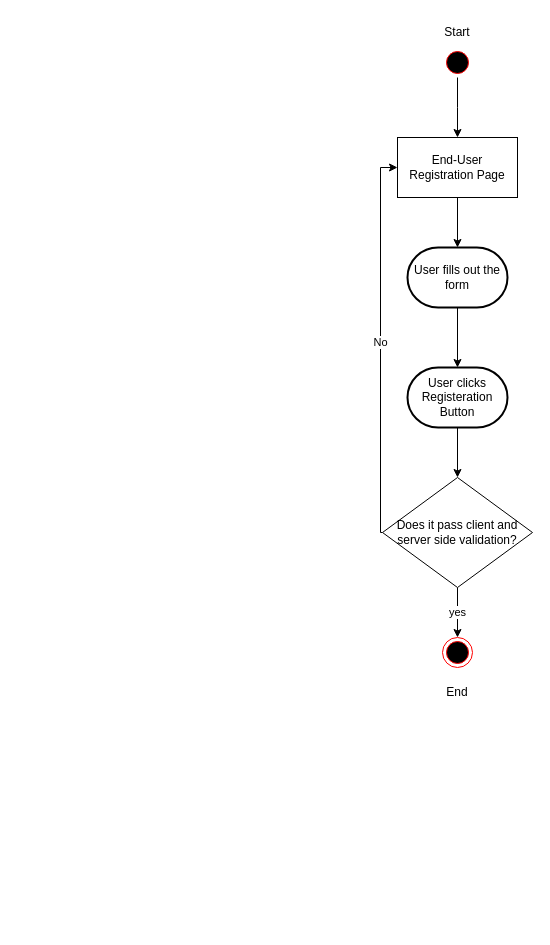
This is Activity_Diagrams/End-User/Registration.drawio from Awrmani/AutoQuotes, a draw.io file, before an edit. Source tidied: cells renumbered, new cells numbered last; positions are measured from the earlier drawing's top-left corner, leaving out a move shared by most shapes. Both pictures are drawn from the tidied source at 100%, with x=0, y=0 at pixel (380, 17).
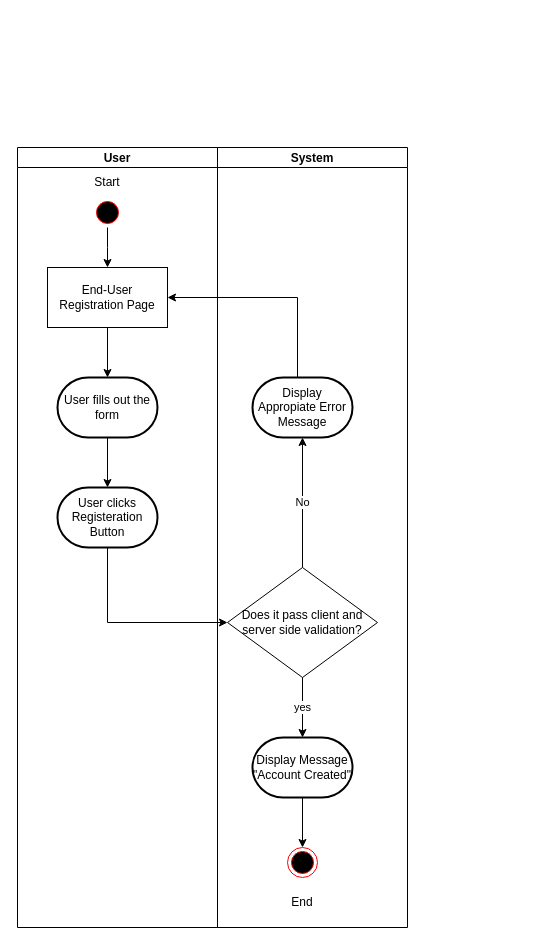
After the change.

What changed in the source:
```diff
@@
-    <mxCell id="2" value="End" style="text;html=1;strokeColor=none;fillColor=none;align=center;verticalAlign=middle;whiteSpace=wrap;rounded=0;" parent="1" vertex="1">
-      <mxGeometry x="47" y="660" width="60" height="30" as="geometry" />
-    </mxCell>
-    <mxCell id="3" style="edgeStyle=orthogonalEdgeStyle;rounded=0;jettySize=auto;html=1;exitX=0.5;exitY=1;exitDx=0;exitDy=0;exitPerimeter=0;entryX=0.5;entryY=0;entryDx=0;entryDy=0;entryPerimeter=0;" parent="1" edge="1" source="4" target="6">
-      <mxGeometry relative="1" as="geometry" />
-    </mxCell>
+    <mxCell id="16" value="User" style="swimlane;startSize=20;" parent="1" vertex="1">
+      <mxGeometry x="-363" y="130" width="200" height="780" as="geometry" />
+    </mxCell>
-    <mxCell id="4" value="User fills out the form" style="strokeWidth=2;html=1;shape=mxgraph.flowchart.terminator;whiteSpace=wrap;" parent="1" vertex="1">
-      <mxGeometry x="27" y="230" width="100" height="60" as="geometry" />
+    <mxCell id="4" value="User fills out the form" style="strokeWidth=2;html=1;shape=mxgraph.flowchart.terminator;whiteSpace=wrap;" parent="16" vertex="1">
+      <mxGeometry x="40" y="230" width="100" height="60" as="geometry" />
     </mxCell>
-    <mxCell id="5" style="edgeStyle=orthogonalEdgeStyle;rounded=0;jettySize=auto;html=1;entryX=0.5;entryY=0;entryDx=0;entryDy=0;" parent="1" edge="1" source="6" target="9">
-      <mxGeometry relative="1" as="geometry" />
-    </mxCell>
-    <mxCell id="6" value="User clicks Registeration Button" style="strokeWidth=2;html=1;shape=mxgraph.flowchart.terminator;whiteSpace=wrap;" parent="1" vertex="1">
-      <mxGeometry x="27" y="350" width="100" height="60" as="geometry" />
-    </mxCell>
-    <mxCell id="7" value="No" style="edgeStyle=orthogonalEdgeStyle;rounded=0;jettySize=auto;html=1;entryX=0;entryY=0.5;entryDx=0;entryDy=0;exitX=0;exitY=0.5;exitDx=0;exitDy=0;" parent="1" edge="1" source="9" target="15">
-      <mxGeometry relative="1" as="geometry">
-        <Array as="points">
-          <mxPoint y="515" />
-          <mxPoint y="150" />
-        </Array>
-      </mxGeometry>
-    </mxCell>
-    <mxCell id="8" value="yes" style="edgeStyle=orthogonalEdgeStyle;rounded=0;jettySize=auto;html=1;entryX=0.5;entryY=0;entryDx=0;entryDy=0;" parent="1" edge="1" source="9" target="12">
-      <mxGeometry relative="1" as="geometry" />
-    </mxCell>
-    <mxCell id="9" value="Does it pass client and server side validation?" style="rhombus;whiteSpace=wrap;html=1;" parent="1" vertex="1">
-      <mxGeometry x="2" y="460" width="150" height="110" as="geometry" />
-    </mxCell>
-    <mxCell id="10" style="edgeStyle=orthogonalEdgeStyle;rounded=0;jettySize=auto;html=1;entryX=0.5;entryY=0;entryDx=0;entryDy=0;entryPerimeter=0;" parent="1" edge="1" source="11">
+    <mxCell id="10" style="edgeStyle=orthogonalEdgeStyle;rounded=0;jettySize=auto;html=1;entryX=0.5;entryY=0;entryDx=0;entryDy=0;entryPerimeter=0;" parent="16" edge="1" source="11">
       <mxGeometry relative="1" as="geometry">
-        <mxPoint x="77" y="120" as="targetPoint" />
+        <mxPoint x="90" y="120" as="targetPoint" />
       </mxGeometry>
     </mxCell>
-    <mxCell id="11" style="ellipse;html=1;shape=startState;fillColor=#000000;strokeColor=#ff0000;" parent="1" vertex="1">
-      <mxGeometry x="62" y="30" width="30" height="30" as="geometry" />
+    <mxCell id="11" style="ellipse;html=1;shape=startState;fillColor=#000000;strokeColor=#ff0000;" parent="16" vertex="1">
+      <mxGeometry x="75" y="50" width="30" height="30" as="geometry" />
     </mxCell>
-    <mxCell id="12" style="ellipse;html=1;shape=endState;fillColor=#000000;strokeColor=#ff0000;" parent="1" vertex="1">
-      <mxGeometry x="62" y="620" width="30" height="30" as="geometry" />
-    </mxCell>
-    <mxCell id="13" value="Start" style="text;html=1;strokeColor=none;fillColor=none;align=center;verticalAlign=middle;whiteSpace=wrap;rounded=0;" parent="1" vertex="1">
-      <mxGeometry x="47" width="60" height="30" as="geometry" />
+    <mxCell id="13" value="Start" style="text;html=1;strokeColor=none;fillColor=none;align=center;verticalAlign=middle;whiteSpace=wrap;rounded=0;" parent="16" vertex="1">
+      <mxGeometry x="60" y="20" width="60" height="30" as="geometry" />
     </mxCell>
-    <mxCell id="14" style="edgeStyle=orthogonalEdgeStyle;rounded=0;jettySize=auto;html=1;" parent="1" edge="1" source="15" target="4">
+    <mxCell id="14" style="edgeStyle=orthogonalEdgeStyle;rounded=0;jettySize=auto;html=1;" parent="16" edge="1" source="15" target="4">
       <mxGeometry relative="1" as="geometry" />
     </mxCell>
-    <mxCell id="15" value="End-User Registration Page" style="rounded=0;whiteSpace=wrap;html=1;" parent="1" vertex="1">
-      <mxGeometry x="17" y="120" width="120" height="60" as="geometry" />
+    <mxCell id="15" value="End-User Registration Page" style="rounded=0;whiteSpace=wrap;html=1;" parent="16" vertex="1">
+      <mxGeometry x="30" y="120" width="120" height="60" as="geometry" />
     </mxCell>
+    <mxCell id="6" value="User clicks Registeration Button" style="strokeWidth=2;html=1;shape=mxgraph.flowchart.terminator;whiteSpace=wrap;" parent="16" vertex="1">
+      <mxGeometry x="40" y="340" width="100" height="60" as="geometry" />
+    </mxCell>
+    <mxCell id="3" style="edgeStyle=orthogonalEdgeStyle;rounded=0;jettySize=auto;html=1;exitX=0.5;exitY=1;exitDx=0;exitDy=0;exitPerimeter=0;entryX=0.5;entryY=0;entryDx=0;entryDy=0;entryPerimeter=0;" parent="16" edge="1" source="4" target="6">
+      <mxGeometry relative="1" as="geometry" />
+    </mxCell>
+    <mxCell id="17" value="System" style="swimlane;startSize=20;" parent="1" vertex="1">
+      <mxGeometry x="-163" y="130" width="190" height="780" as="geometry" />
+    </mxCell>
+    <mxCell id="7" value="No" style="edgeStyle=orthogonalEdgeStyle;rounded=0;jettySize=auto;html=1;entryX=0.5;entryY=1;entryDx=0;entryDy=0;entryPerimeter=0;" parent="17" edge="1" source="9" target="21">
+      <mxGeometry relative="1" as="geometry" />
+    </mxCell>
+    <mxCell id="9" value="Does it pass client and server side validation?" style="rhombus;whiteSpace=wrap;html=1;" parent="17" vertex="1">
+      <mxGeometry x="10" y="420" width="150" height="110" as="geometry" />
+    </mxCell>
+    <mxCell id="18" style="edgeStyle=orthogonalEdgeStyle;rounded=0;jettySize=auto;html=1;entryX=0.5;entryY=0;entryDx=0;entryDy=0;" parent="17" edge="1" source="19" target="20">
+      <mxGeometry relative="1" as="geometry" />
+    </mxCell>
+    <mxCell id="19" value="Display Message &quot;Account Created&quot;" style="strokeWidth=2;html=1;shape=mxgraph.flowchart.terminator;whiteSpace=wrap;" parent="17" vertex="1">
+      <mxGeometry x="35" y="590" width="100" height="60" as="geometry" />
+    </mxCell>
+    <mxCell id="8" value="yes" style="edgeStyle=orthogonalEdgeStyle;rounded=0;jettySize=auto;html=1;entryX=0.5;entryY=0;entryDx=0;entryDy=0;exitX=0.5;exitY=1;exitDx=0;exitDy=0;entryPerimeter=0;" parent="17" edge="1" source="9" target="19">
+      <mxGeometry relative="1" as="geometry" />
+    </mxCell>
+    <mxCell id="20" style="ellipse;html=1;shape=endState;fillColor=#000000;strokeColor=#ff0000;" parent="17" vertex="1">
+      <mxGeometry x="70" y="700" width="30" height="30" as="geometry" />
+    </mxCell>
+    <mxCell id="2" value="End" style="text;html=1;strokeColor=none;fillColor=none;align=center;verticalAlign=middle;whiteSpace=wrap;rounded=0;" parent="17" vertex="1">
+      <mxGeometry x="55" y="740" width="60" height="30" as="geometry" />
+    </mxCell>
+    <mxCell id="21" value="Display Appropiate Error Message" style="strokeWidth=2;html=1;shape=mxgraph.flowchart.terminator;whiteSpace=wrap;" parent="17" vertex="1">
+      <mxGeometry x="35" y="230" width="100" height="60" as="geometry" />
+    </mxCell>
+    <mxCell id="5" style="edgeStyle=orthogonalEdgeStyle;rounded=0;jettySize=auto;html=1;" parent="1" edge="1" source="6">
+      <mxGeometry relative="1" as="geometry">
+        <mxPoint x="-153" y="605" as="targetPoint" />
+        <Array as="points">
+          <mxPoint x="-273" y="605" />
+        </Array>
+      </mxGeometry>
+    </mxCell>
+    <mxCell id="22" style="edgeStyle=orthogonalEdgeStyle;rounded=0;jettySize=auto;html=1;entryX=1;entryY=0.5;entryDx=0;entryDy=0;" parent="1" edge="1" source="21" target="15">
+      <mxGeometry relative="1" as="geometry">
+        <Array as="points">
+          <mxPoint x="-83" y="280" />
+        </Array>
+      </mxGeometry>
+    </mxCell>
```
